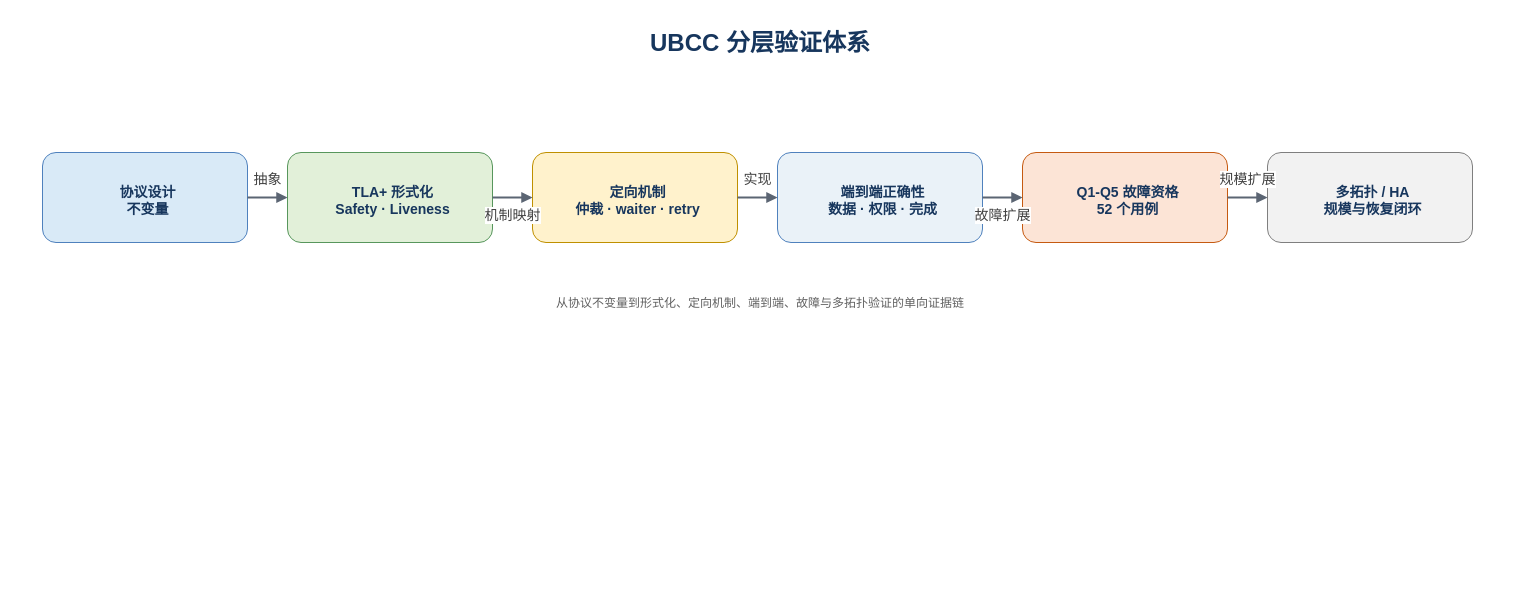
harumaki-nadeshiko/cc-data keeps this draw.io diagram as docs/design/figures/ubcc-verification-stack.drawio. Above is the earlier version. Source tidied: cells renumbered, new cells numbered last; positions are measured from the earlier drawing's top-left corner, leaving out a move shared by most shapes. Both pictures are drawn from the tidied source at 100%, with x=0, y=0 at pixel (17, 17).
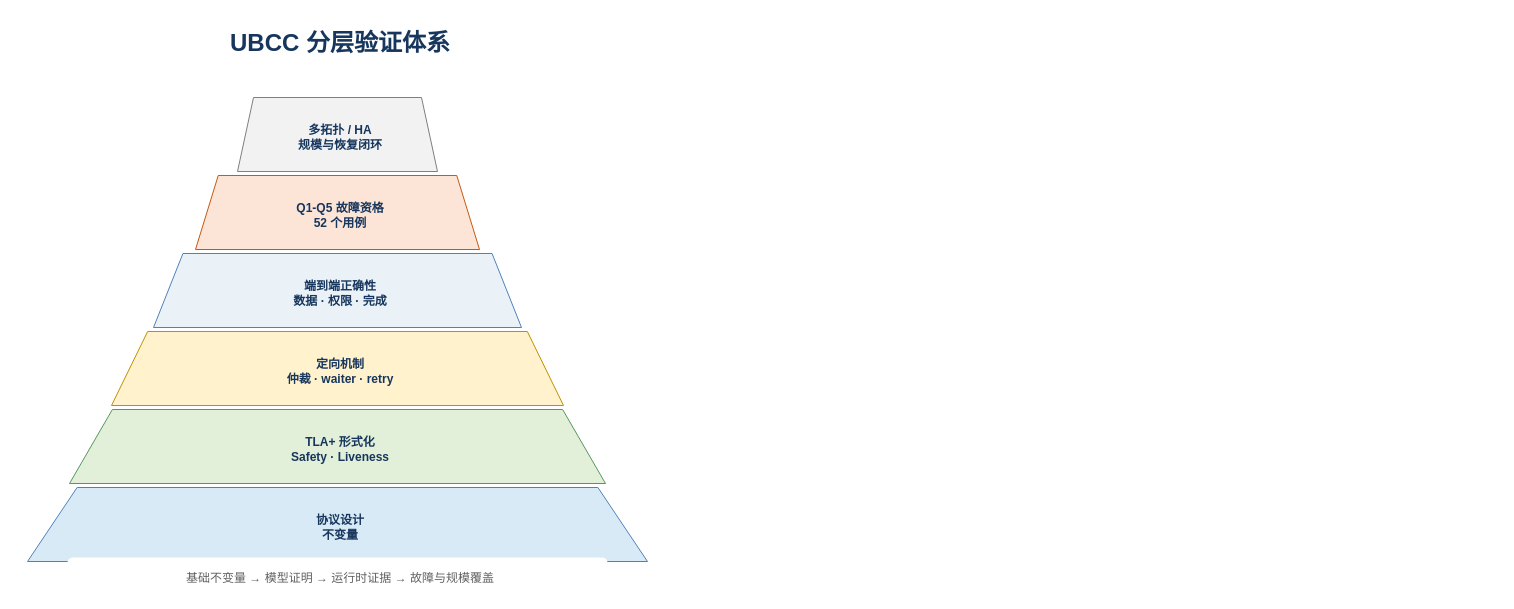
After the change.

Change to the diagram source:
```diff
@@
 <mxGraphModel background="#FFFFFF">
   <root>
     <mxCell id="0" />
     <mxCell id="1" parent="0" />
     <mxCell id="2" value="UBCC 分层验证体系" style="rounded=0;whiteSpace=wrap;html=1;fillColor=#FFFFFF;strokeColor=none;fontColor=#17365D;fontSize=24;fontStyle=1;fontFamily=Microsoft YaHei;spacing=6;dashed=0;dashPattern=6 4;verticalAlign=middle;align=center;spacingTop=6;spacingLeft=6;" parent="1" vertex="1">
-      <mxGeometry width="1480" height="45" as="geometry" />
+      <mxGeometry width="640" height="45" as="geometry" />
     </mxCell>
-    <mxCell id="3" value="协议设计&#10;不变量" style="rounded=1;whiteSpace=wrap;html=1;fillColor=#D9EAF7;strokeColor=#4F81BD;fontColor=#17365D;fontSize=14;fontStyle=1;fontFamily=Microsoft YaHei;spacing=6;dashed=0;dashPattern=6 4;verticalAlign=middle;align=center;spacingTop=6;spacingLeft=6;" parent="1" vertex="1">
-      <mxGeometry x="25" y="135" width="205" height="90" as="geometry" />
+    <mxCell id="3" value="协议设计&#10;不变量" style="rounded=0;whiteSpace=wrap;html=1;fillColor=#D9EAF7;strokeColor=#4F81BD;fontColor=#17365D;fontSize=12;fontStyle=1;fontFamily=Microsoft YaHei;spacing=6;dashed=0;dashPattern=6 4;verticalAlign=middle;align=center;spacingTop=6;spacingLeft=6;shape=trapezoid;size=0.08;" parent="1" vertex="1">
+      <mxGeometry x="10" y="470" width="620" height="74" as="geometry" />
     </mxCell>
-    <mxCell id="4" value="TLA+ 形式化&#10;Safety · Liveness" style="rounded=1;whiteSpace=wrap;html=1;fillColor=#E2F0D9;strokeColor=#57965C;fontColor=#17365D;fontSize=14;fontStyle=1;fontFamily=Microsoft YaHei;spacing=6;dashed=0;dashPattern=6 4;verticalAlign=middle;align=center;spacingTop=6;spacingLeft=6;" parent="1" vertex="1">
-      <mxGeometry x="270" y="135" width="205" height="90" as="geometry" />
+    <mxCell id="4" value="TLA+ 形式化&#10;Safety · Liveness" style="rounded=0;whiteSpace=wrap;html=1;fillColor=#E2F0D9;strokeColor=#57965C;fontColor=#17365D;fontSize=12;fontStyle=1;fontFamily=Microsoft YaHei;spacing=6;dashed=0;dashPattern=6 4;verticalAlign=middle;align=center;spacingTop=6;spacingLeft=6;shape=trapezoid;size=0.08;" parent="1" vertex="1">
+      <mxGeometry x="52" y="392" width="536" height="74" as="geometry" />
     </mxCell>
-    <mxCell id="5" value="定向机制&#10;仲裁 · waiter · retry" style="rounded=1;whiteSpace=wrap;html=1;fillColor=#FFF2CC;strokeColor=#BF9000;fontColor=#17365D;fontSize=14;fontStyle=1;fontFamily=Microsoft YaHei;spacing=6;dashed=0;dashPattern=6 4;verticalAlign=middle;align=center;spacingTop=6;spacingLeft=6;" parent="1" vertex="1">
-      <mxGeometry x="515" y="135" width="205" height="90" as="geometry" />
+    <mxCell id="5" value="定向机制&#10;仲裁 · waiter · retry" style="rounded=0;whiteSpace=wrap;html=1;fillColor=#FFF2CC;strokeColor=#BF9000;fontColor=#17365D;fontSize=12;fontStyle=1;fontFamily=Microsoft YaHei;spacing=6;dashed=0;dashPattern=6 4;verticalAlign=middle;align=center;spacingTop=6;spacingLeft=6;shape=trapezoid;size=0.08;" parent="1" vertex="1">
+      <mxGeometry x="94" y="314" width="452" height="74" as="geometry" />
     </mxCell>
-    <mxCell id="6" value="端到端正确性&#10;数据 · 权限 · 完成" style="rounded=1;whiteSpace=wrap;html=1;fillColor=#EAF2F8;strokeColor=#4F81BD;fontColor=#17365D;fontSize=14;fontStyle=1;fontFamily=Microsoft YaHei;spacing=6;dashed=0;dashPattern=6 4;verticalAlign=middle;align=center;spacingTop=6;spacingLeft=6;" parent="1" vertex="1">
-      <mxGeometry x="760" y="135" width="205" height="90" as="geometry" />
+    <mxCell id="6" value="端到端正确性&#10;数据 · 权限 · 完成" style="rounded=0;whiteSpace=wrap;html=1;fillColor=#EAF2F8;strokeColor=#4F81BD;fontColor=#17365D;fontSize=12;fontStyle=1;fontFamily=Microsoft YaHei;spacing=6;dashed=0;dashPattern=6 4;verticalAlign=middle;align=center;spacingTop=6;spacingLeft=6;shape=trapezoid;size=0.08;" parent="1" vertex="1">
+      <mxGeometry x="136" y="236" width="368" height="74" as="geometry" />
     </mxCell>
-    <mxCell id="7" value="Q1-Q5 故障资格&#10;52 个用例" style="rounded=1;whiteSpace=wrap;html=1;fillColor=#FCE4D6;strokeColor=#C55A11;fontColor=#17365D;fontSize=14;fontStyle=1;fontFamily=Microsoft YaHei;spacing=6;dashed=0;dashPattern=6 4;verticalAlign=middle;align=center;spacingTop=6;spacingLeft=6;" parent="1" vertex="1">
-      <mxGeometry x="1005" y="135" width="205" height="90" as="geometry" />
+    <mxCell id="7" value="Q1-Q5 故障资格&#10;52 个用例" style="rounded=0;whiteSpace=wrap;html=1;fillColor=#FCE4D6;strokeColor=#C55A11;fontColor=#17365D;fontSize=12;fontStyle=1;fontFamily=Microsoft YaHei;spacing=6;dashed=0;dashPattern=6 4;verticalAlign=middle;align=center;spacingTop=6;spacingLeft=6;shape=trapezoid;size=0.08;" parent="1" vertex="1">
+      <mxGeometry x="178" y="158" width="284" height="74" as="geometry" />
     </mxCell>
-    <mxCell id="8" value="多拓扑 / HA&#10;规模与恢复闭环" style="rounded=1;whiteSpace=wrap;html=1;fillColor=#F2F2F2;strokeColor=#7F7F7F;fontColor=#17365D;fontSize=14;fontStyle=1;fontFamily=Microsoft YaHei;spacing=6;dashed=0;dashPattern=6 4;verticalAlign=middle;align=center;spacingTop=6;spacingLeft=6;" parent="1" vertex="1">
-      <mxGeometry x="1250" y="135" width="205" height="90" as="geometry" />
+    <mxCell id="8" value="多拓扑 / HA&#10;规模与恢复闭环" style="rounded=0;whiteSpace=wrap;html=1;fillColor=#F2F2F2;strokeColor=#7F7F7F;fontColor=#17365D;fontSize=12;fontStyle=1;fontFamily=Microsoft YaHei;spacing=6;dashed=0;dashPattern=6 4;verticalAlign=middle;align=center;spacingTop=6;spacingLeft=6;shape=trapezoid;size=0.08;" parent="1" vertex="1">
+      <mxGeometry x="220" y="80" width="200" height="74" as="geometry" />
     </mxCell>
-    <mxCell id="9" value="从协议不变量到形式化、定向机制、端到端、故障与多拓扑验证的单向证据链" style="rounded=1;whiteSpace=wrap;html=1;fillColor=#FFFFFF;strokeColor=none;fontColor=#606060;fontSize=12;fontStyle=0;fontFamily=Microsoft YaHei;spacing=6;dashed=0;dashPattern=6 4;verticalAlign=middle;align=center;spacingTop=6;spacingLeft=6;" parent="1" vertex="1">
-      <mxGeometry x="50" y="265" width="1380" height="35" as="geometry" />
+    <mxCell id="9" value="基础不变量 → 模型证明 → 运行时证据 → 故障与规模覆盖" style="rounded=1;whiteSpace=wrap;html=1;fillColor=#FFFFFF;strokeColor=none;fontColor=#606060;fontSize=12;fontStyle=0;fontFamily=Microsoft YaHei;spacing=6;dashed=0;dashPattern=6 4;verticalAlign=middle;align=center;spacingTop=6;spacingLeft=6;" parent="1" vertex="1">
+      <mxGeometry x="50" y="540" width="540" height="35" as="geometry" />
     </mxCell>
-    <mxCell id="10" value="抽象" style="edgeStyle=orthogonalEdgeStyle;rounded=0;jettySize=16;html=1;strokeWidth=2.0;strokeColor=#5B6573;dashed=0;dashPattern=6 4;endArrow=block;endFill=1;startArrow=none;startFill=0;fontSize=14;fontColor=#404040;fontFamily=Microsoft YaHei;labelBackgroundColor=#FFFFFF;" parent="1" edge="1" source="3" target="4">
-      <mxGeometry relative="1" as="geometry">
-        <mxPoint y="-18" as="offset" />
-      </mxGeometry>
-    </mxCell>
-    <mxCell id="11" value="机制映射" style="edgeStyle=orthogonalEdgeStyle;rounded=0;jettySize=16;html=1;strokeWidth=2.0;strokeColor=#5B6573;dashed=0;dashPattern=6 4;endArrow=block;endFill=1;startArrow=none;startFill=0;fontSize=14;fontColor=#404040;fontFamily=Microsoft YaHei;labelBackgroundColor=#FFFFFF;" parent="1" edge="1" source="4" target="5">
-      <mxGeometry relative="1" as="geometry">
-        <mxPoint y="18" as="offset" />
-      </mxGeometry>
-    </mxCell>
-    <mxCell id="12" value="实现" style="edgeStyle=orthogonalEdgeStyle;rounded=0;jettySize=16;html=1;strokeWidth=2.0;strokeColor=#5B6573;dashed=0;dashPattern=6 4;endArrow=block;endFill=1;startArrow=none;startFill=0;fontSize=14;fontColor=#404040;fontFamily=Microsoft YaHei;labelBackgroundColor=#FFFFFF;" parent="1" edge="1" source="5" target="6">
-      <mxGeometry relative="1" as="geometry">
-        <mxPoint y="-18" as="offset" />
-      </mxGeometry>
-    </mxCell>
-    <mxCell id="13" value="故障扩展" style="edgeStyle=orthogonalEdgeStyle;rounded=0;jettySize=16;html=1;strokeWidth=2.0;strokeColor=#5B6573;dashed=0;dashPattern=6 4;endArrow=block;endFill=1;startArrow=none;startFill=0;fontSize=14;fontColor=#404040;fontFamily=Microsoft YaHei;labelBackgroundColor=#FFFFFF;" parent="1" edge="1" source="6" target="7">
-      <mxGeometry relative="1" as="geometry">
-        <mxPoint y="18" as="offset" />
-      </mxGeometry>
-    </mxCell>
-    <mxCell id="14" value="规模扩展" style="edgeStyle=orthogonalEdgeStyle;rounded=0;jettySize=16;html=1;strokeWidth=2.0;strokeColor=#5B6573;dashed=0;dashPattern=6 4;endArrow=block;endFill=1;startArrow=none;startFill=0;fontSize=14;fontColor=#404040;fontFamily=Microsoft YaHei;labelBackgroundColor=#FFFFFF;" parent="1" edge="1" source="7" target="8">
-      <mxGeometry relative="1" as="geometry">
-        <mxPoint y="-18" as="offset" />
-      </mxGeometry>
-    </mxCell>
   </root>
 </mxGraphModel>
```
